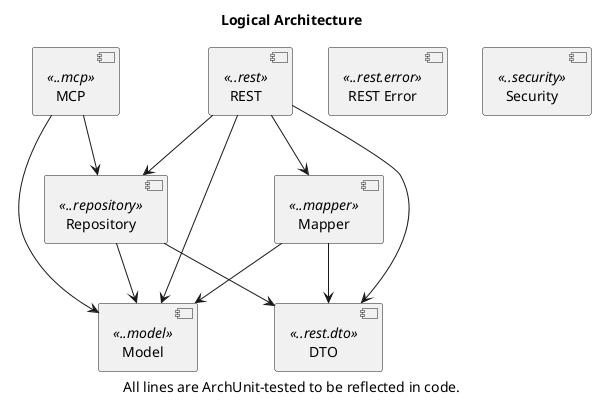
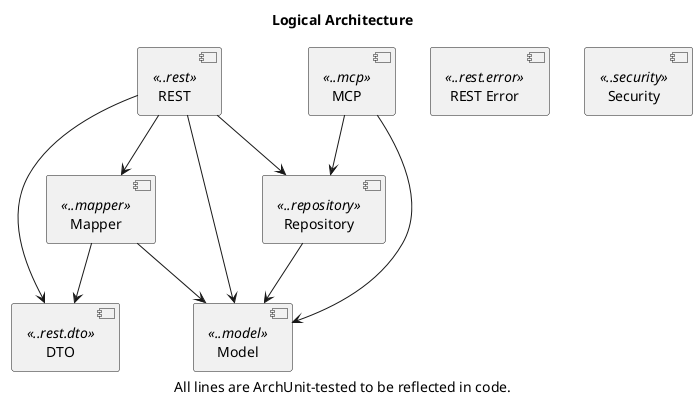
@startuml

title Logical Architecture
caption All lines are ArchUnit-tested to be reflected in code.

[Model] <<..model>>
[Repository] <<..repository>>
[DTO] <<..rest.dto>>
[REST Error] <<..rest.error>>
[Mapper] <<..mapper>>
[REST] <<..rest>>
[Security] <<..security>>
[MCP] <<..mcp>>

[Repository] --> [Model]
- [Repository] --> [DTO]
[Mapper] --> [Model]
[Mapper] --> [DTO]
[REST] --> [Model]
[REST] --> [Repository]
[REST] --> [Mapper]
[REST] --> [DTO]
[MCP] --> [Model]
[MCP] --> [Repository]

@enduml
